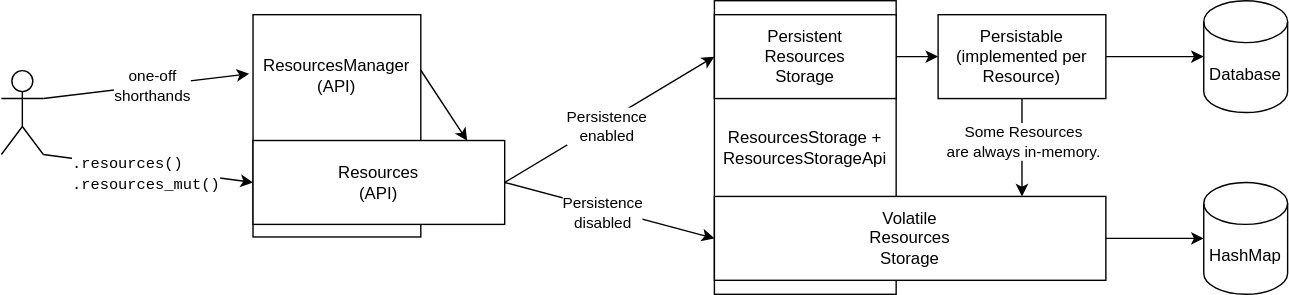
Above: doc/src/architecture/carl/img/resources-manager.svg in eclipse-opendut/opendut (draw.io), before the change. Source tidied: cells renumbered, new cells last; positions are measured from the earlier drawing's top-left corner, leaving out a move shared by most shapes.
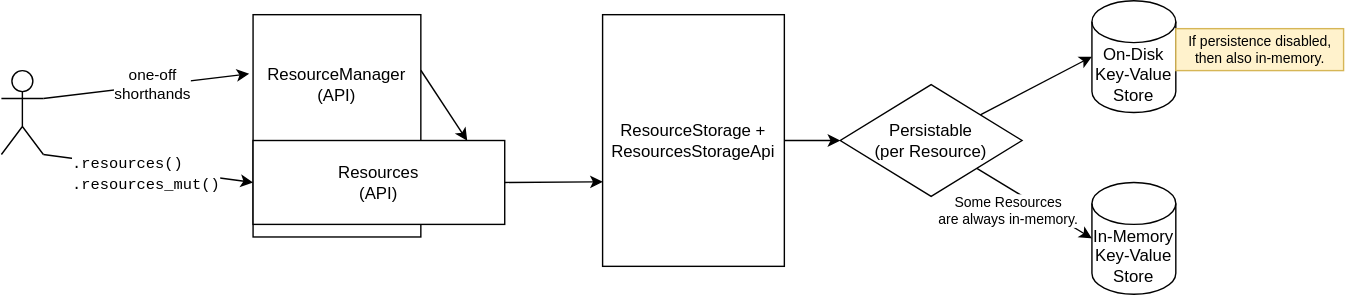
The same diagram one commit later.

Change to the diagram source:
```diff
@@ -2,11 +2,11 @@
   <root>
     <mxCell id="0" />
     <mxCell id="1" parent="0" />
-    <mxCell id="2" value="ResourcesManager&lt;br&gt;(API)&lt;br&gt;&lt;br&gt;&lt;br&gt;&lt;br&gt;&lt;br&gt;&lt;br&gt;" style="rounded=0;whiteSpace=wrap;html=1;" parent="1" vertex="1">
-      <mxGeometry x="180" y="10" width="120" height="159" as="geometry" />
+    <mxCell id="2" value="ResourceManager&lt;br&gt;(API)&lt;br&gt;&lt;br&gt;&lt;br&gt;&lt;br&gt;&lt;br&gt;" style="rounded=0;whiteSpace=wrap;html=1;" parent="1" vertex="1">
+      <mxGeometry x="260" y="10" width="120" height="159" as="geometry" />
     </mxCell>
     <mxCell id="3" style="shape=umlActor;verticalLabelPosition=bottom;verticalAlign=top;html=1;outlineConnect=0;" parent="1" vertex="1">
-      <mxGeometry y="50" width="30" height="60" as="geometry" />
+      <mxGeometry x="80" y="50" width="30" height="60" as="geometry" />
     </mxCell>
     <mxCell id="4" style="endArrow=classic;html=1;rounded=0;exitX=1;exitY=0.3333333333333333;exitDx=0;exitDy=0;exitPerimeter=0;entryX=-0.023;entryY=0.266;entryDx=0;entryDy=0;entryPerimeter=0;" parent="1" edge="1" source="3" target="2">
       <mxGeometry relative="1" as="geometry" />
@@ -17,7 +17,7 @@
       </mxGeometry>
     </mxCell>
     <mxCell id="6" value="Resources&lt;br&gt;(API)" style="rounded=0;whiteSpace=wrap;html=1;" parent="1" vertex="1">
-      <mxGeometry x="180" y="100" width="180" height="60" as="geometry" />
+      <mxGeometry x="260" y="100" width="180" height="60" as="geometry" />
     </mxCell>
     <mxCell id="7" style="endArrow=classic;html=1;rounded=0;entryX=0;entryY=0.5;entryDx=0;entryDy=0;exitX=1;exitY=1;exitDx=0;exitDy=0;exitPerimeter=0;" parent="1" edge="1" source="3" target="6">
       <mxGeometry relative="1" as="geometry" />
@@ -27,59 +27,40 @@
         <mxPoint x="-48" y="4" as="offset" />
       </mxGeometry>
     </mxCell>
-    <mxCell id="9" style="endArrow=classic;html=1;rounded=0;exitX=1;exitY=0.5;exitDx=0;exitDy=0;entryX=0;entryY=0.5;entryDx=0;entryDy=0;entryPerimeter=0;" parent="1" edge="1" source="18" target="23">
+    <mxCell id="9" style="endArrow=classic;html=1;rounded=0;entryX=0;entryY=0.5;entryDx=0;entryDy=0;entryPerimeter=0;" parent="1" edge="1" source="26" target="23">
       <mxGeometry relative="1" as="geometry" />
     </mxCell>
-    <mxCell id="10" value="ResourcesStorage +&lt;br&gt;ResourcesStorageApi" style="rounded=0;whiteSpace=wrap;html=1;" parent="1" vertex="1">
-      <mxGeometry x="510" width="130" height="210" as="geometry" />
+    <mxCell id="10" value="ResourceStorage +&lt;br&gt;ResourcesStorageApi" style="rounded=0;whiteSpace=wrap;html=1;" parent="1" vertex="1">
+      <mxGeometry x="510" y="10" width="130" height="180" as="geometry" />
     </mxCell>
-    <mxCell id="11" value="Volatile&lt;br&gt;Resources&lt;br&gt;Storage" style="rounded=0;whiteSpace=wrap;html=1;" parent="1" vertex="1">
-      <mxGeometry x="510" y="140" width="280" height="60" as="geometry" />
-    </mxCell>
-    <mxCell id="12" value="Persistent&lt;br&gt;Resources&lt;br&gt;Storage" style="rounded=0;whiteSpace=wrap;html=1;" parent="1" vertex="1">
-      <mxGeometry x="510" y="10" width="130" height="60" as="geometry" />
-    </mxCell>
-    <mxCell id="13" style="endArrow=classic;html=1;rounded=0;exitX=1;exitY=0.5;exitDx=0;exitDy=0;entryX=0;entryY=0.5;entryDx=0;entryDy=0;" parent="1" edge="1" source="6" target="12">
+    <mxCell id="13" style="endArrow=classic;html=1;rounded=0;exitX=1;exitY=0.5;exitDx=0;exitDy=0;entryX=0.001;entryY=0.664;entryDx=0;entryDy=0;entryPerimeter=0;" parent="1" edge="1" source="6" target="10">
       <mxGeometry relative="1" as="geometry" />
     </mxCell>
-    <mxCell id="14" value="Persistence&lt;br&gt;enabled" style="edgeLabel;html=1;align=center;verticalAlign=middle;" parent="13" vertex="1">
-      <mxGeometry x="-0.05" y="-3" relative="1" as="geometry" />
-    </mxCell>
-    <mxCell id="15" style="endArrow=classic;html=1;rounded=0;exitX=1;exitY=0.5;exitDx=0;exitDy=0;entryX=0;entryY=0.5;entryDx=0;entryDy=0;" parent="1" edge="1" source="6" target="11">
-      <mxGeometry relative="1" as="geometry" />
-    </mxCell>
-    <mxCell id="16" value="Persistence&lt;br&gt;disabled" style="edgeLabel;html=1;align=center;verticalAlign=middle;" parent="15" vertex="1">
-      <mxGeometry x="0.07" relative="1" as="geometry">
-        <mxPoint x="-11" as="offset" />
-      </mxGeometry>
-    </mxCell>
-    <mxCell id="17" style="endArrow=classic;html=1;rounded=0;exitX=1;exitY=0.5;exitDx=0;exitDy=0;entryX=0;entryY=0.5;entryDx=0;entryDy=0;entryPerimeter=0;" parent="1" edge="1" source="11" target="24">
-      <mxGeometry relative="1" as="geometry" />
-    </mxCell>
-    <mxCell id="18" value="Persistable&lt;br&gt;(implemented per Resource)" style="rounded=0;whiteSpace=wrap;html=1;" parent="1" vertex="1">
-      <mxGeometry x="670" y="10" width="120" height="60" as="geometry" />
-    </mxCell>
-    <mxCell id="19" style="endArrow=classic;html=1;rounded=0;exitX=1;exitY=0.5;exitDx=0;exitDy=0;entryX=0;entryY=0.5;entryDx=0;entryDy=0;" parent="1" edge="1" source="12" target="18">
+    <mxCell id="19" style="endArrow=classic;html=1;rounded=0;exitX=1;exitY=0.5;exitDx=0;exitDy=0;entryX=0;entryY=0.5;entryDx=0;entryDy=0;" parent="1" edge="1" source="10" target="26">
       <mxGeometry relative="1" as="geometry" />
     </mxCell>
-    <mxCell id="20" style="endArrow=classic;html=1;rounded=0;exitX=0.5;exitY=1;exitDx=0;exitDy=0;" parent="1" edge="1" source="18">
-      <mxGeometry relative="1" as="geometry">
-        <mxPoint x="730" y="140" as="targetPoint" />
-      </mxGeometry>
+    <mxCell id="20" style="endArrow=classic;html=1;rounded=0;entryX=0;entryY=0.5;entryDx=0;entryDy=0;entryPerimeter=0;" parent="1" edge="1" source="26" target="24">
+      <mxGeometry relative="1" as="geometry" />
     </mxCell>
-    <mxCell id="21" value="Some Resources&lt;br&gt;are always in-memory." style="edgeLabel;html=1;align=center;verticalAlign=middle;" parent="20" vertex="1">
+    <mxCell id="21" value="Some Resources&lt;br style=&quot;font-size: 10px;&quot;&gt;are always in-memory." style="edgeLabel;html=1;align=center;verticalAlign=middle;fontSize=10;" parent="20" vertex="1">
       <mxGeometry x="-0.46" relative="1" as="geometry">
-        <mxPoint y="11" as="offset" />
+        <mxPoint y="16" as="offset" />
       </mxGeometry>
     </mxCell>
     <mxCell id="22" style="endArrow=classic;html=1;rounded=0;exitX=1;exitY=0.25;exitDx=0;exitDy=0;entryX=0.851;entryY=0.003;entryDx=0;entryDy=0;entryPerimeter=0;" parent="1" edge="1" source="2" target="6">
       <mxGeometry relative="1" as="geometry" />
     </mxCell>
-    <mxCell id="23" value="Database" style="shape=cylinder3;whiteSpace=wrap;html=1;boundedLbl=1;backgroundOutline=1;size=15;" parent="1" vertex="1">
+    <mxCell id="23" value="On-Disk&lt;br&gt;Key-Value Store" style="shape=cylinder3;whiteSpace=wrap;html=1;boundedLbl=1;backgroundOutline=1;size=15;" parent="1" vertex="1">
       <mxGeometry x="860" width="60" height="80" as="geometry" />
     </mxCell>
-    <mxCell id="24" value="HashMap" style="shape=cylinder3;whiteSpace=wrap;html=1;boundedLbl=1;backgroundOutline=1;size=15;" parent="1" vertex="1">
+    <mxCell id="24" value="In-Memory&lt;br&gt;Key-Value&lt;br&gt;Store" style="shape=cylinder3;whiteSpace=wrap;html=1;boundedLbl=1;backgroundOutline=1;size=15;" parent="1" vertex="1">
       <mxGeometry x="860" y="130" width="60" height="80" as="geometry" />
     </mxCell>
+    <mxCell id="25" value="If persistence disabled,&lt;br style=&quot;font-size: 10px;&quot;&gt;then also in-memory." style="text;html=1;align=center;verticalAlign=middle;strokeColor=#d6b656;fillColor=#fff2cc;fontSize=10;spacing=0;spacingLeft=0;" parent="1" vertex="1">
+      <mxGeometry x="920" y="20" width="120" height="30" as="geometry" />
+    </mxCell>
+    <mxCell id="26" value="Persistable&lt;br&gt;(per Resource)" style="rhombus;whiteSpace=wrap;html=1;" parent="1" vertex="1">
+      <mxGeometry x="680" y="60" width="130" height="80" as="geometry" />
+    </mxCell>
   </root>
 </mxGraphModel>
```
